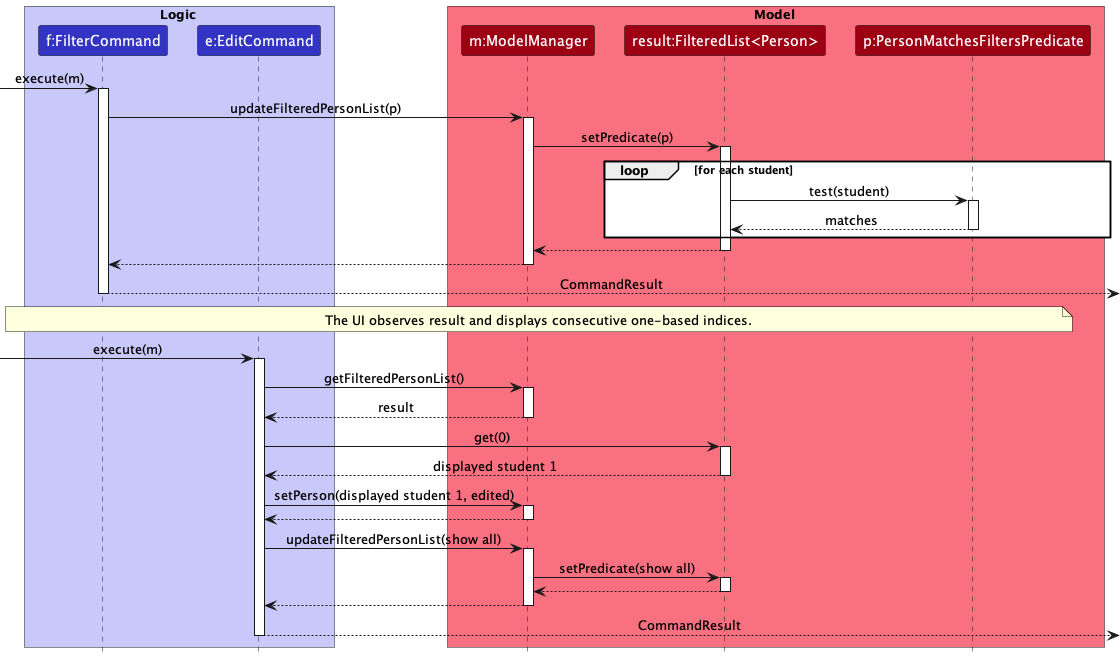
This is docs/images/QueryResultViewSequenceDiagram.png from AY2627S1-CS2103T-W10-3/tp, a PlantUML export, as it was before one commit.
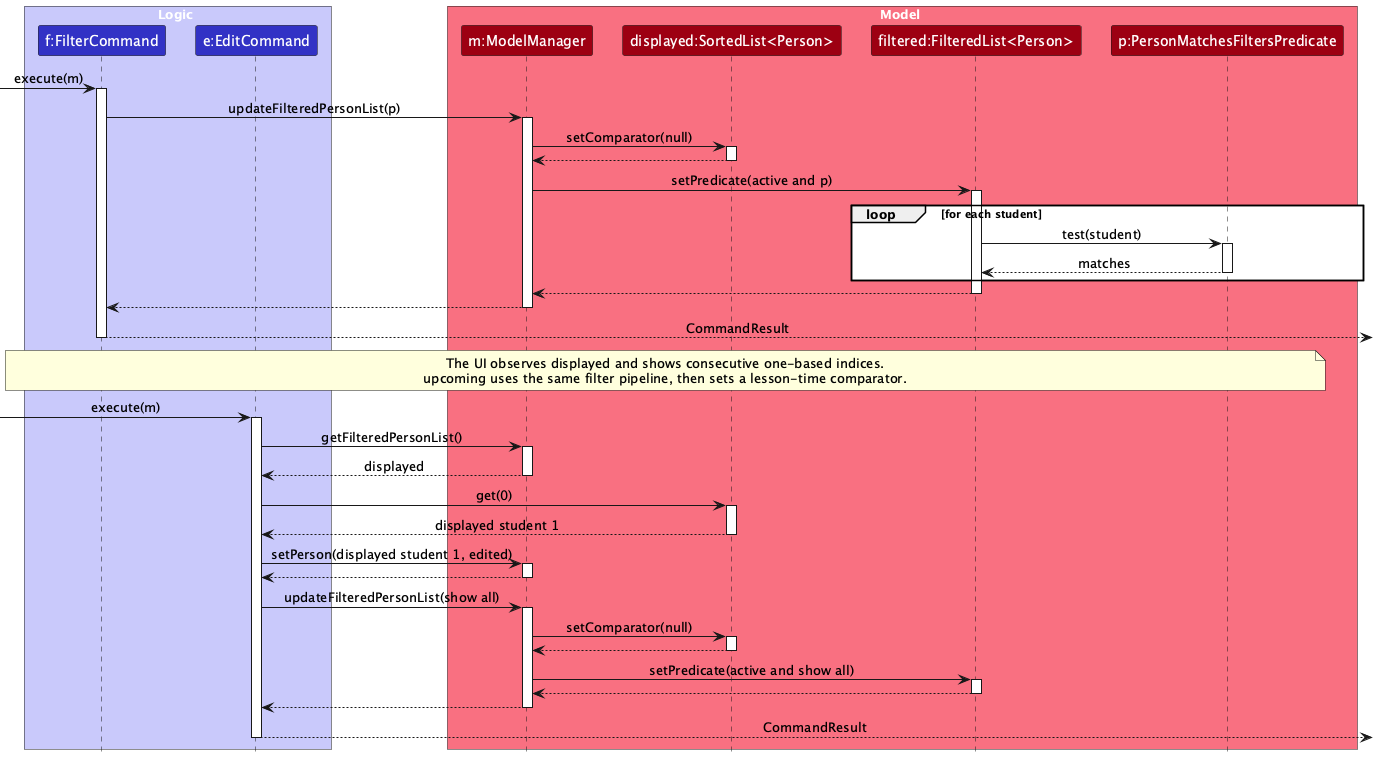
The same file after the commit.

Commit message:
Integrate upcoming result views

Diff of the diagram source:
```diff
@@ -9,7 +9,8 @@
 
 box Model MODEL_COLOR_T1
 participant "m:ModelManager" as ModelManager MODEL_COLOR
-participant "result:FilteredList<Person>" as ResultView MODEL_COLOR
+participant "displayed:SortedList<Person>" as DisplayedView MODEL_COLOR
+participant "filtered:FilteredList<Person>" as FilteredView MODEL_COLOR
 participant "p:PersonMatchesFiltersPredicate" as Predicate MODEL_COLOR
 end box
 
@@ -18,38 +19,43 @@
 
 FilterCommand -> ModelManager : updateFilteredPersonList(p)
 activate ModelManager
-ModelManager -> ResultView : setPredicate(p)
-activate ResultView
+ModelManager -> DisplayedView : setComparator(null)
+activate DisplayedView
+DisplayedView --> ModelManager
+deactivate DisplayedView
+ModelManager -> FilteredView : setPredicate(active and p)
+activate FilteredView
 
 loop for each student
-    ResultView -> Predicate : test(student)
+    FilteredView -> Predicate : test(student)
     activate Predicate
-    Predicate --> ResultView : matches
+    Predicate --> FilteredView : matches
     deactivate Predicate
 end
 
-ResultView --> ModelManager
-deactivate ResultView
+FilteredView --> ModelManager
+deactivate FilteredView
 ModelManager --> FilterCommand
 deactivate ModelManager
 FilterCommand -->] : CommandResult
 deactivate FilterCommand
 
 note across
-The UI observes result and displays consecutive one-based indices.
+The UI observes displayed and shows consecutive one-based indices.
+upcoming uses the same filter pipeline, then sets a lesson-time comparator.
 end note
 
 [-> EditCommand : execute(m)
 activate EditCommand
 EditCommand -> ModelManager : getFilteredPersonList()
 activate ModelManager
-ModelManager --> EditCommand : result
+ModelManager --> EditCommand : displayed
 deactivate ModelManager
 
-EditCommand -> ResultView : get(0)
-activate ResultView
-ResultView --> EditCommand : displayed student 1
-deactivate ResultView
+EditCommand -> DisplayedView : get(0)
+activate DisplayedView
+DisplayedView --> EditCommand : displayed student 1
+deactivate DisplayedView
 
 EditCommand -> ModelManager : setPerson(displayed student 1, edited)
 activate ModelManager
@@ -58,10 +64,14 @@
 
 EditCommand -> ModelManager : updateFilteredPersonList(show all)
 activate ModelManager
-ModelManager -> ResultView : setPredicate(show all)
-activate ResultView
-ResultView --> ModelManager
-deactivate ResultView
+ModelManager -> DisplayedView : setComparator(null)
+activate DisplayedView
+DisplayedView --> ModelManager
+deactivate DisplayedView
+ModelManager -> FilteredView : setPredicate(active and show all)
+activate FilteredView
+FilteredView --> ModelManager
+deactivate FilteredView
 ModelManager --> EditCommand
 deactivate ModelManager
 
```
